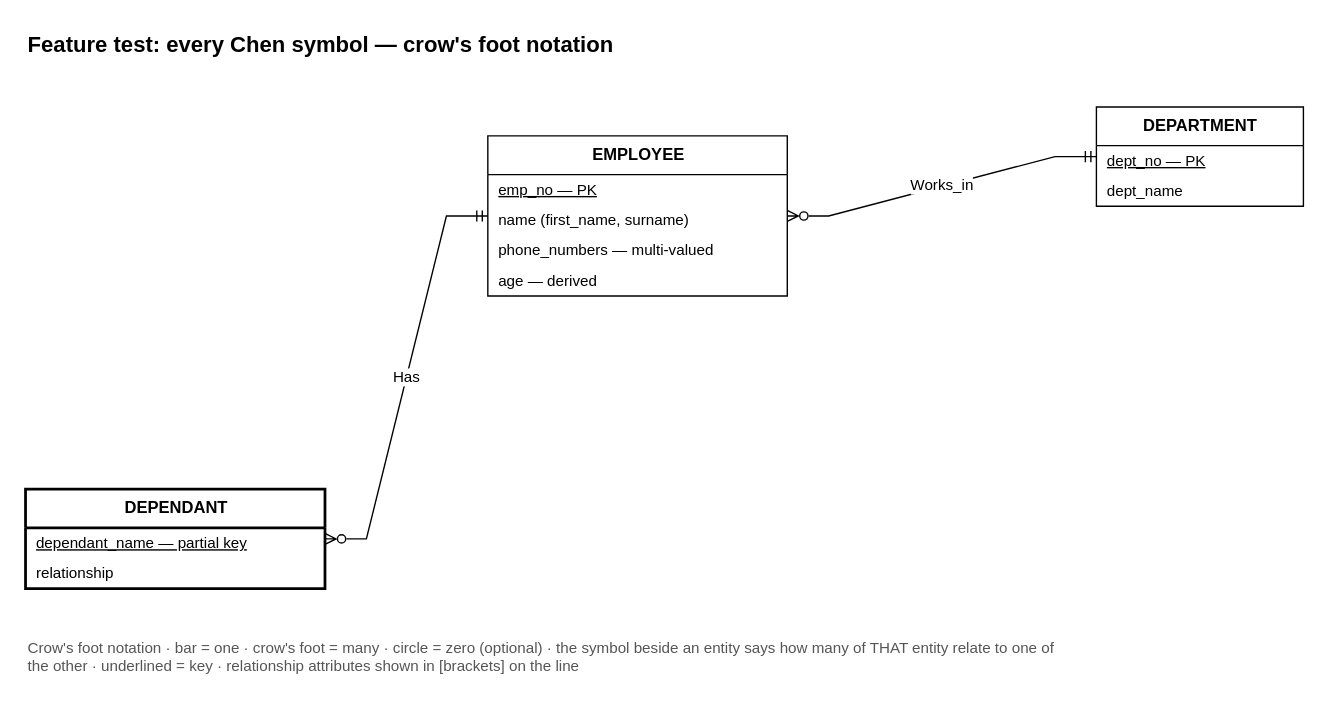
This is skills/drawio-skill/examples/erd-chen/features-crowsfoot.drawio from pearsekeenan23/drawio-skill, a draw.io file, before an edit. Source tidied: cells renumbered, new cells numbered last; positions are measured from the earlier drawing's top-left corner, leaving out a move shared by most shapes. Both pictures are drawn from the tidied source at 138%, with x=0, y=0 at pixel (25, 23).
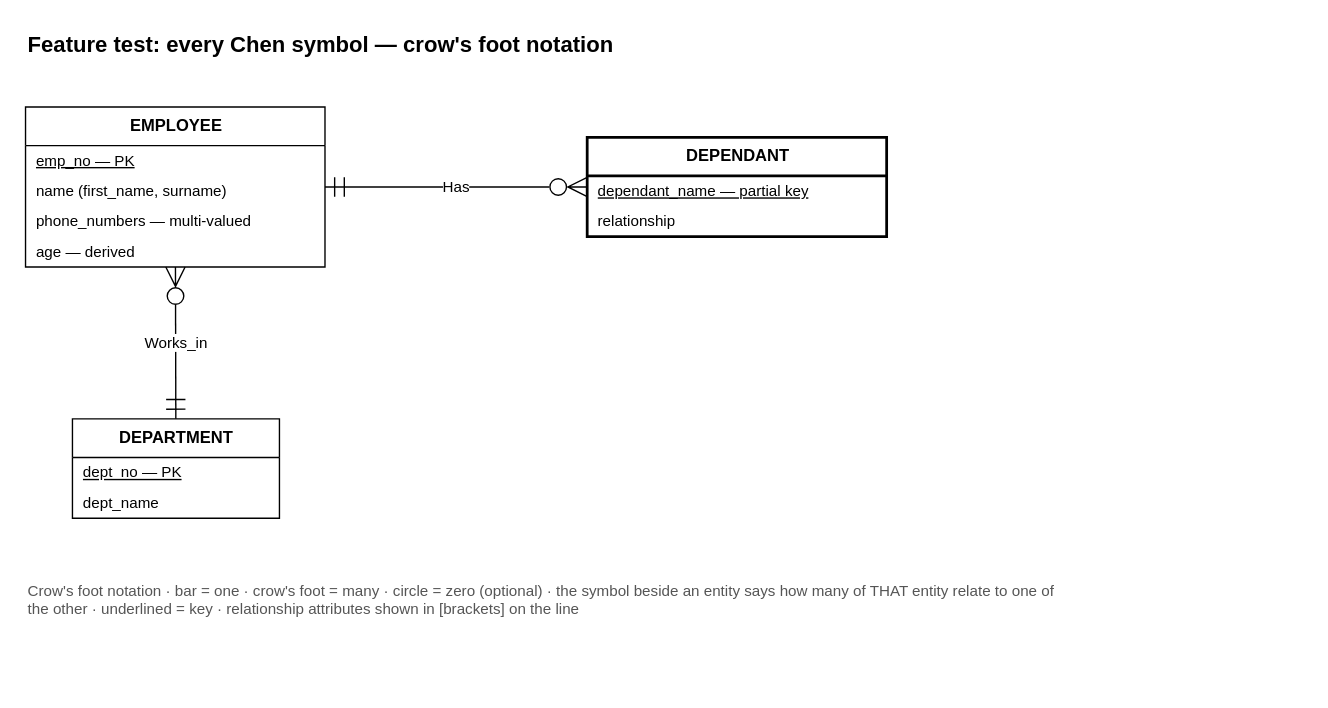
The same page after the edit.

Diff of the diagram source:
```diff
@@
 <mxGraphModel>
   <root>
     <mxCell id="0" />
     <mxCell id="1" parent="0" />
     <mxCell id="2" value="Feature test: every Chen symbol — crow's foot notation" style="text;html=1;fontSize=16;fontStyle=1;align=left;verticalAlign=middle;" parent="1" vertex="1">
-      <mxGeometry width="600" height="30" as="geometry" />
+      <mxGeometry width="700" height="30" as="geometry" />
     </mxCell>
     <mxCell id="3" value="EMPLOYEE" style="swimlane;fontStyle=1;horizontal=1;startSize=28;html=1;fillColor=#ffffff;strokeColor=#000000;" parent="1" vertex="1">
-      <mxGeometry x="335" y="81" width="217" height="116" as="geometry" />
+      <mxGeometry y="60" width="217" height="116" as="geometry" />
     </mxCell>
     <mxCell id="4" value="emp_no  — PK" style="text;strokeColor=none;fillColor=none;align=left;verticalAlign=middle;spacingLeft=6;spacingRight=4;overflow=hidden;html=1;fontSize=11;fontStyle=4;" parent="3" vertex="1">
       <mxGeometry y="28" width="217" height="22" as="geometry" />
     </mxCell>
     <mxCell id="5" value="name (first_name, surname)" style="text;strokeColor=none;fillColor=none;align=left;verticalAlign=middle;spacingLeft=6;spacingRight=4;overflow=hidden;html=1;fontSize=11;" parent="3" vertex="1">
       <mxGeometry y="50" width="217" height="22" as="geometry" />
     </mxCell>
     <mxCell id="6" value="phone_numbers  — multi-valued" style="text;strokeColor=none;fillColor=none;align=left;verticalAlign=middle;spacingLeft=6;spacingRight=4;overflow=hidden;html=1;fontSize=11;" parent="3" vertex="1">
       <mxGeometry y="72" width="217" height="22" as="geometry" />
     </mxCell>
     <mxCell id="7" value="age  — derived" style="text;strokeColor=none;fillColor=none;align=left;verticalAlign=middle;spacingLeft=6;spacingRight=4;overflow=hidden;html=1;fontSize=11;" parent="3" vertex="1">
       <mxGeometry y="94" width="217" height="22" as="geometry" />
     </mxCell>
-    <mxCell id="8" value="DEPENDANT" style="swimlane;fontStyle=1;horizontal=1;startSize=28;html=1;fillColor=#ffffff;strokeColor=#000000;dashed=0;strokeWidth=2;" parent="1" vertex="1">
-      <mxGeometry y="337" width="217" height="72" as="geometry" />
+    <mxCell id="8" value="DEPENDANT" style="swimlane;fontStyle=1;horizontal=1;startSize=28;html=1;fillColor=#ffffff;strokeColor=#000000;strokeWidth=2;" parent="1" vertex="1">
+      <mxGeometry x="407" y="82" width="217" height="72" as="geometry" />
     </mxCell>
     <mxCell id="9" value="dependant_name  — partial key" style="text;strokeColor=none;fillColor=none;align=left;verticalAlign=middle;spacingLeft=6;spacingRight=4;overflow=hidden;html=1;fontSize=11;fontStyle=4;" parent="8" vertex="1">
       <mxGeometry y="28" width="217" height="22" as="geometry" />
     </mxCell>
     <mxCell id="10" value="relationship" style="text;strokeColor=none;fillColor=none;align=left;verticalAlign=middle;spacingLeft=6;spacingRight=4;overflow=hidden;html=1;fontSize=11;" parent="8" vertex="1">
       <mxGeometry y="50" width="217" height="22" as="geometry" />
     </mxCell>
     <mxCell id="11" value="DEPARTMENT" style="swimlane;fontStyle=1;horizontal=1;startSize=28;html=1;fillColor=#ffffff;strokeColor=#000000;" parent="1" vertex="1">
-      <mxGeometry x="776" y="60" width="150" height="72" as="geometry" />
+      <mxGeometry x="34" y="286" width="150" height="72" as="geometry" />
     </mxCell>
     <mxCell id="12" value="dept_no  — PK" style="text;strokeColor=none;fillColor=none;align=left;verticalAlign=middle;spacingLeft=6;spacingRight=4;overflow=hidden;html=1;fontSize=11;fontStyle=4;" parent="11" vertex="1">
       <mxGeometry y="28" width="150" height="22" as="geometry" />
     </mxCell>
     <mxCell id="13" value="dept_name" style="text;strokeColor=none;fillColor=none;align=left;verticalAlign=middle;spacingLeft=6;spacingRight=4;overflow=hidden;html=1;fontSize=11;" parent="11" vertex="1">
       <mxGeometry y="50" width="150" height="22" as="geometry" />
     </mxCell>
-    <mxCell id="14" value="Has" style="edgeStyle=entityRelationEdgeStyle;html=1;rounded=0;fontSize=11;labelBackgroundColor=#ffffff;strokeColor=#000000;startArrow=ERmandOne;startFill=0;endArrow=ERzeroToMany;endFill=0;" parent="1" edge="1" source="3" target="8">
+    <mxCell id="14" value="Has" style="html=1;rounded=0;fontSize=11;labelBackgroundColor=#ffffff;endSize=12;startSize=12;strokeColor=#000000;startArrow=ERmandOne;startFill=0;endArrow=ERzeroToMany;endFill=0;" parent="1" edge="1" source="3" target="8">
       <mxGeometry relative="1" as="geometry" />
     </mxCell>
-    <mxCell id="15" value="Works_in" style="edgeStyle=entityRelationEdgeStyle;html=1;rounded=0;fontSize=11;labelBackgroundColor=#ffffff;strokeColor=#000000;startArrow=ERzeroToMany;startFill=0;endArrow=ERmandOne;endFill=0;" parent="1" edge="1" source="3" target="11">
+    <mxCell id="15" value="Works_in" style="html=1;rounded=0;fontSize=11;labelBackgroundColor=#ffffff;endSize=12;startSize=12;strokeColor=#000000;startArrow=ERzeroToMany;startFill=0;endArrow=ERmandOne;endFill=0;" parent="1" edge="1" source="3" target="11">
       <mxGeometry relative="1" as="geometry" />
     </mxCell>
     <mxCell id="16" value="Crow's foot notation · bar = one · crow's foot = many · circle = zero (optional) · the symbol beside an entity says how many of THAT entity relate to one of the other · underlined = key · relationship attributes shown in [brackets] on the line" style="text;html=1;fontSize=11;align=left;verticalAlign=top;fontColor=#555555;whiteSpace=wrap;" parent="1" vertex="1">
-      <mxGeometry y="439" width="760" height="40" as="geometry" />
+      <mxGeometry y="398" width="760" height="40" as="geometry" />
     </mxCell>
   </root>
 </mxGraphModel>
```
